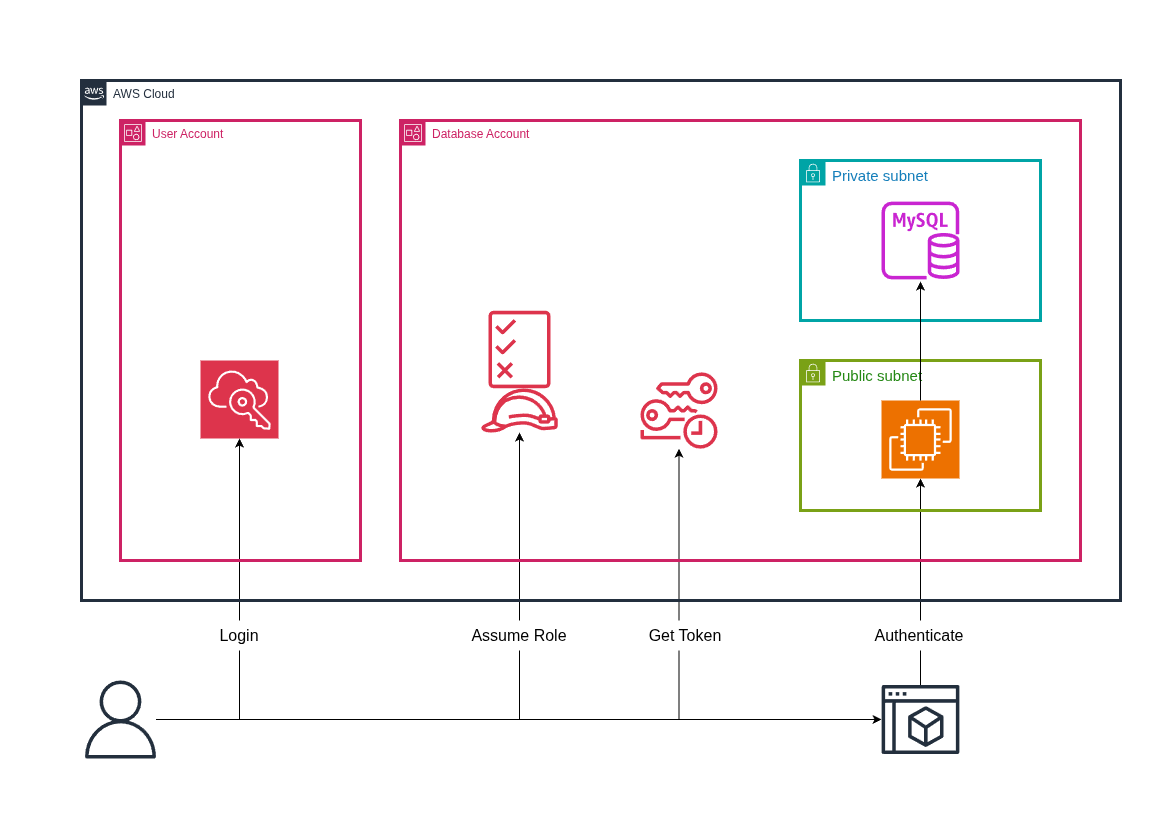
Earlier version of the draw.io export rds-cross-account-iam-authentication/diagram.drawio.png (symbolfigures/aws). Source tidied: cells renumbered, new cells last; positions are measured from the earlier drawing's top-left corner, leaving out a move shared by most shapes.
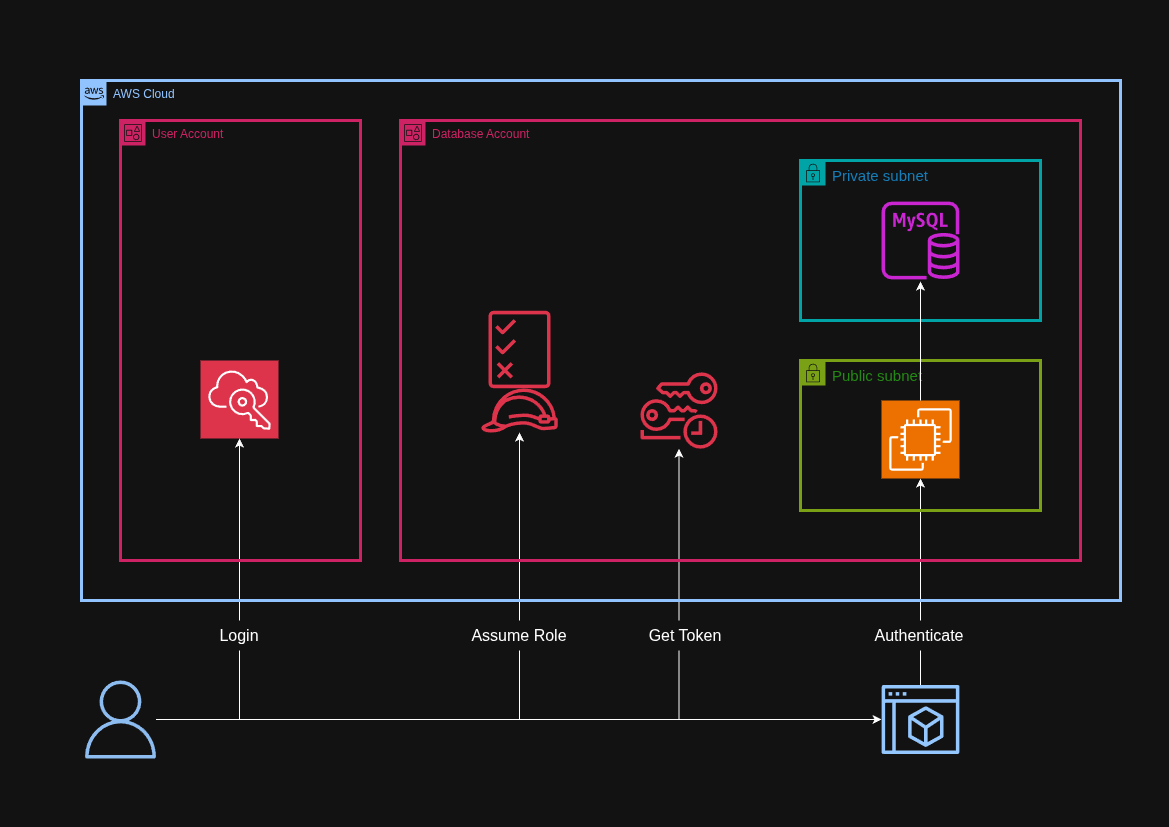
The same file after the commit.

Diff of the diagram source:
```diff
@@ -23,10 +23,10 @@
     <mxCell id="8" style="edgeStyle=orthogonalEdgeStyle;rounded=0;jettySize=auto;html=1;" parent="1" edge="1" source="9" target="10">
       <mxGeometry relative="1" as="geometry" />
     </mxCell>
-    <mxCell id="9" style="sketch=0;outlineConnect=0;fontColor=#232F3E;gradientColor=none;fillColor=#232F3D;strokeColor=none;dashed=0;verticalLabelPosition=bottom;verticalAlign=top;align=center;html=1;fontSize=12;fontStyle=0;shape=mxgraph.aws4.user;" parent="1" vertex="1">
+    <mxCell id="9" style="sketch=0;outlineConnect=0;fontColor=#232F3E;gradientColor=none;fillColor=#8DBCF1;strokeColor=none;dashed=0;verticalLabelPosition=bottom;verticalAlign=top;align=center;html=1;fontSize=12;fontStyle=0;shape=mxgraph.aws4.user;" parent="1" vertex="1">
       <mxGeometry y="600" width="78" height="78" as="geometry" />
     </mxCell>
-    <mxCell id="10" style="sketch=0;outlineConnect=0;fontColor=#232F3E;gradientColor=none;fillColor=#232F3D;strokeColor=none;dashed=0;verticalLabelPosition=bottom;verticalAlign=top;align=center;html=1;fontSize=12;fontStyle=0;shape=mxgraph.aws4.management_console2;" parent="1" vertex="1">
+    <mxCell id="10" style="sketch=0;outlineConnect=0;fontColor=#232F3E;gradientColor=none;fillColor=#95C7FF;strokeColor=none;dashed=0;verticalLabelPosition=bottom;verticalAlign=top;align=center;html=1;fontSize=12;fontStyle=0;shape=mxgraph.aws4.management_console2;" parent="1" vertex="1">
       <mxGeometry x="800" y="604.5" width="78" height="69" as="geometry" />
     </mxCell>
     <mxCell id="11" style="edgeStyle=orthogonalEdgeStyle;rounded=0;jettySize=auto;html=1;entryX=0.5;entryY=1;entryDx=0;entryDy=0;entryPerimeter=0;" parent="1" edge="1" source="9" target="5">
@@ -44,7 +44,7 @@
     <mxCell id="15" value="User Account" style="gradientColor=none;html=1;whiteSpace=wrap;fontSize=12;fontStyle=0;shape=mxgraph.aws4.group;grIcon=mxgraph.aws4.group_account;strokeColor=#CD2264;fillColor=none;verticalAlign=top;align=left;spacingLeft=30;fontColor=#CD2264;dashed=0;strokeWidth=3;" parent="1" vertex="1">
       <mxGeometry x="39" y="40" width="240" height="440" as="geometry" />
     </mxCell>
-    <mxCell id="16" value="&lt;font style=&quot;color: rgb(35, 47, 62);&quot;&gt;AWS Cloud&lt;/font&gt;" style="gradientColor=none;html=1;whiteSpace=wrap;fontSize=12;fontStyle=0;shape=mxgraph.aws4.group;grIcon=mxgraph.aws4.group_aws_cloud_alt;strokeColor=#232F3E;fillColor=none;verticalAlign=top;align=left;spacingLeft=30;fontColor=#232F3E;dashed=0;strokeWidth=3;" parent="1" vertex="1">
+    <mxCell id="16" value="&lt;font style=&quot;color: rgb(145, 195, 255);&quot;&gt;AWS Cloud&lt;/font&gt;" style="gradientColor=none;html=1;whiteSpace=wrap;fontSize=12;fontStyle=0;shape=mxgraph.aws4.group;grIcon=mxgraph.aws4.group_aws_cloud_alt;strokeColor=#91C3FF;fillColor=none;verticalAlign=top;align=left;spacingLeft=30;fontColor=#232F3E;dashed=0;strokeWidth=3;" parent="1" vertex="1">
       <mxGeometry width="1039" height="520" as="geometry" />
     </mxCell>
     <mxCell id="17" style="sketch=0;points=[[0,0,0],[0.25,0,0],[0.5,0,0],[0.75,0,0],[1,0,0],[0,1,0],[0.25,1,0],[0.5,1,0],[0.75,1,0],[1,1,0],[0,0.25,0],[0,0.5,0],[0,0.75,0],[1,0.25,0],[1,0.5,0],[1,0.75,0]];outlineConnect=0;fontColor=#232F3E;fillColor=#ED7100;strokeColor=#ffffff;dashed=0;verticalLabelPosition=bottom;verticalAlign=top;align=center;html=1;fontSize=12;fontStyle=0;shape=mxgraph.aws4.resourceIcon;resIcon=mxgraph.aws4.ec2;" parent="16" vertex="1">
```
